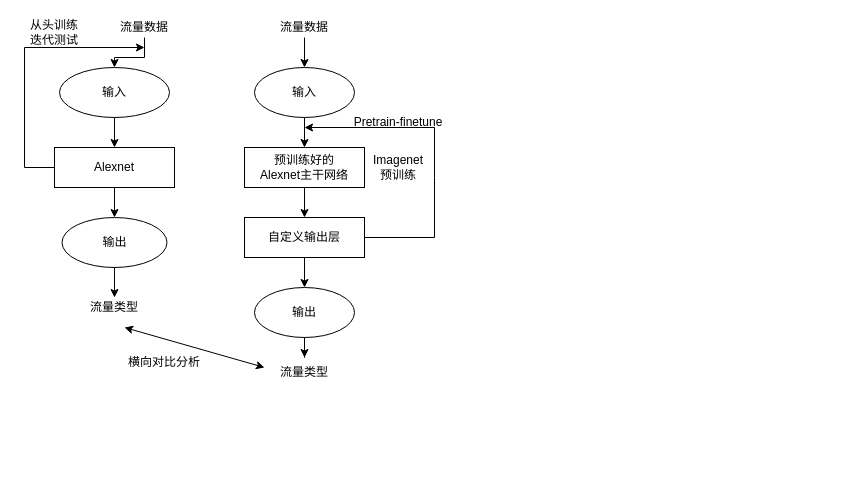
Above: graduate.drawio in cauchy-max/my-room (draw.io), before the change. Source tidied: cells renumbered, new cells numbered last; positions are measured from the earlier drawing's top-left corner, leaving out a move shared by most shapes. Both pictures are drawn from the tidied source at 100%, with x=0, y=0 at pixel (24, 17).
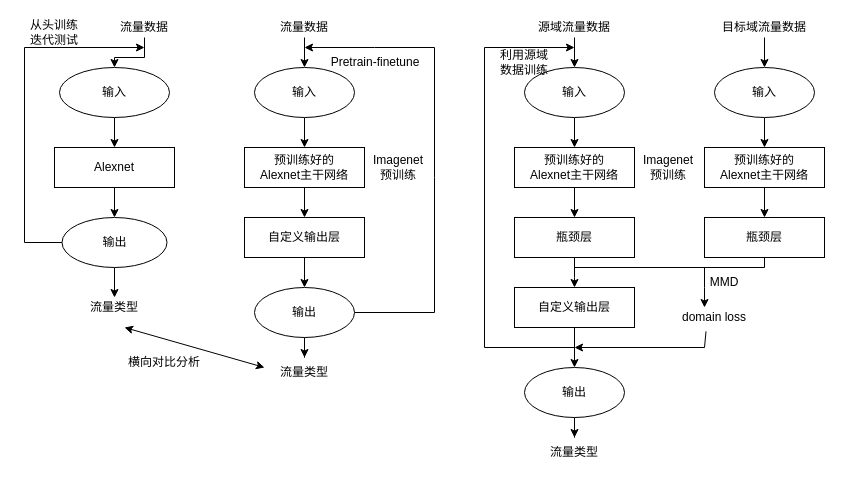
The same page after the edit.

Unchanged cells that the change refers to:
```xml
<mxCell id="7" value="Alexnet" style="whiteSpace=wrap;html=1;" parent="1" vertex="1">
  <mxGeometry x="30" y="130" width="120" height="40" as="geometry" />
</mxCell>
<mxCell id="11" value="输出" style="ellipse;whiteSpace=wrap;html=1;" parent="1" vertex="1">
  <mxGeometry x="37.5" y="200" width="105" height="50" as="geometry" />
</mxCell>
<mxCell id="19" value="自定义输出层" style="whiteSpace=wrap;html=1;" parent="1" vertex="1">
  <mxGeometry x="220" y="200" width="120" height="40" as="geometry" />
</mxCell>
<mxCell id="25" value="输出" style="ellipse;whiteSpace=wrap;html=1;" parent="1" vertex="1">
  <mxGeometry x="230" y="270" width="100" height="50" as="geometry" />
</mxCell>
```

Change to the diagram source:
```diff
@@
-    <mxCell id="8" style="endArrow=classic;html=1;rounded=0;exitX=0;exitY=0.5;exitDx=0;exitDy=0;" parent="1" edge="1" source="7">
+    <mxCell id="8" style="endArrow=classic;html=1;rounded=0;exitX=0;exitY=0.5;exitDx=0;exitDy=0;" parent="1" edge="1" source="11">
       <mxGeometry relative="1" as="geometry">
         <mxPoint x="120" y="30" as="targetPoint" />
         <Array as="points">
-          <mxPoint y="150" />
+          <mxPoint y="225" />
           <mxPoint y="30" />
         </Array>
       </mxGeometry>
     </mxCell>
@@
-    <mxCell id="20" style="endArrow=classic;html=1;rounded=0;exitX=1;exitY=0.5;exitDx=0;exitDy=0;" parent="1" edge="1" source="19">
+    <mxCell id="20" style="endArrow=classic;html=1;rounded=0;exitX=1;exitY=0.5;exitDx=0;exitDy=0;" parent="1" edge="1" source="25">
       <mxGeometry relative="1" as="geometry">
-        <mxPoint x="280" y="110" as="targetPoint" />
+        <mxPoint x="280" y="30" as="targetPoint" />
         <Array as="points">
-          <mxPoint x="410" y="220" />
+          <mxPoint x="410" y="295" />
           <mxPoint x="410" y="160" />
-          <mxPoint x="410" y="110" />
+          <mxPoint x="410" y="30" />
+          <mxPoint x="350" y="30" />
         </Array>
       </mxGeometry>
     </mxCell>
     <mxCell id="21" value="Pretrain-finetune" style="text;html=1;strokeColor=none;fillColor=none;align=center;verticalAlign=middle;whiteSpace=wrap;rounded=0;" parent="1" vertex="1">
-      <mxGeometry x="321" y="90" width="106" height="30" as="geometry" />
+      <mxGeometry x="298" y="30" width="106" height="30" as="geometry" />
     </mxCell>
@@
+    <mxCell id="29" style="edgeStyle=orthogonalEdgeStyle;rounded=0;jettySize=auto;html=1;" parent="1" edge="1" source="30" target="32">
+      <mxGeometry relative="1" as="geometry" />
+    </mxCell>
+    <mxCell id="30" value="输入" style="ellipse;whiteSpace=wrap;html=1;" parent="1" vertex="1">
+      <mxGeometry x="500" y="50" width="100" height="50" as="geometry" />
+    </mxCell>
+    <mxCell id="31" style="edgeStyle=orthogonalEdgeStyle;rounded=0;jettySize=auto;html=1;" parent="1" edge="1" source="32" target="35">
+      <mxGeometry relative="1" as="geometry" />
+    </mxCell>
+    <mxCell id="32" value="预训练好的&lt;br&gt;Alexnet主干网络" style="whiteSpace=wrap;html=1;" parent="1" vertex="1">
+      <mxGeometry x="490" y="130" width="120" height="40" as="geometry" />
+    </mxCell>
+    <mxCell id="33" value="Imagenet&lt;br&gt;预训练" style="text;html=1;strokeColor=none;fillColor=none;align=center;verticalAlign=middle;whiteSpace=wrap;rounded=0;" parent="1" vertex="1">
+      <mxGeometry x="614" y="135" width="60" height="30" as="geometry" />
+    </mxCell>
+    <mxCell id="34" style="edgeStyle=orthogonalEdgeStyle;rounded=0;jettySize=auto;html=1;" parent="1" edge="1" source="35">
+      <mxGeometry relative="1" as="geometry">
+        <mxPoint x="550" y="270" as="targetPoint" />
+      </mxGeometry>
+    </mxCell>
+    <mxCell id="35" value="瓶颈层" style="whiteSpace=wrap;html=1;" parent="1" vertex="1">
+      <mxGeometry x="490" y="200" width="120" height="40" as="geometry" />
+    </mxCell>
+    <mxCell id="36" style="edgeStyle=orthogonalEdgeStyle;rounded=0;jettySize=auto;html=1;" parent="1" edge="1" source="37" target="30">
+      <mxGeometry relative="1" as="geometry" />
+    </mxCell>
+    <mxCell id="37" value="源域流量数据" style="text;html=1;strokeColor=none;fillColor=none;align=center;verticalAlign=middle;whiteSpace=wrap;rounded=0;" parent="1" vertex="1">
+      <mxGeometry x="510" width="80" height="20" as="geometry" />
+    </mxCell>
+    <mxCell id="38" value="自定义输出层" style="rounded=0;whiteSpace=wrap;html=1;" parent="1" vertex="1">
+      <mxGeometry x="490" y="270" width="120" height="40" as="geometry" />
+    </mxCell>
+    <mxCell id="39" style="edgeStyle=orthogonalEdgeStyle;rounded=0;jettySize=auto;html=1;" parent="1" edge="1" source="40" target="41">
+      <mxGeometry relative="1" as="geometry" />
+    </mxCell>
+    <mxCell id="40" value="输出" style="ellipse;whiteSpace=wrap;html=1;" parent="1" vertex="1">
+      <mxGeometry x="500" y="350" width="100" height="50" as="geometry" />
+    </mxCell>
+    <mxCell id="41" value="流量类型" style="text;html=1;strokeColor=none;fillColor=none;align=center;verticalAlign=middle;whiteSpace=wrap;rounded=0;" parent="1" vertex="1">
+      <mxGeometry x="520" y="420" width="60" height="30" as="geometry" />
+    </mxCell>
+    <mxCell id="42" style="endArrow=classic;html=1;rounded=0;exitX=0.5;exitY=1;exitDx=0;exitDy=0;entryX=0.5;entryY=0;entryDx=0;entryDy=0;" parent="1" edge="1" source="38" target="40">
+      <mxGeometry relative="1" as="geometry" />
+    </mxCell>
+    <mxCell id="43" style="edgeStyle=orthogonalEdgeStyle;rounded=0;jettySize=auto;html=1;" parent="1" edge="1" source="44" target="46">
+      <mxGeometry relative="1" as="geometry" />
+    </mxCell>
+    <mxCell id="44" value="输入" style="ellipse;whiteSpace=wrap;html=1;" parent="1" vertex="1">
+      <mxGeometry x="690" y="50" width="100" height="50" as="geometry" />
+    </mxCell>
+    <mxCell id="45" style="edgeStyle=orthogonalEdgeStyle;rounded=0;jettySize=auto;html=1;" parent="1" edge="1" source="46" target="47">
+      <mxGeometry relative="1" as="geometry" />
+    </mxCell>
+    <mxCell id="46" value="预训练好的&lt;br&gt;Alexnet主干网络" style="whiteSpace=wrap;html=1;" parent="1" vertex="1">
+      <mxGeometry x="680" y="130" width="120" height="40" as="geometry" />
+    </mxCell>
+    <mxCell id="47" value="瓶颈层" style="whiteSpace=wrap;html=1;" parent="1" vertex="1">
+      <mxGeometry x="680" y="200" width="120" height="40" as="geometry" />
+    </mxCell>
+    <mxCell id="48" style="edgeStyle=orthogonalEdgeStyle;rounded=0;jettySize=auto;html=1;" parent="1" edge="1" source="49" target="44">
+      <mxGeometry relative="1" as="geometry" />
+    </mxCell>
+    <mxCell id="49" value="目标域流量数据" style="text;html=1;strokeColor=none;fillColor=none;align=center;verticalAlign=middle;whiteSpace=wrap;rounded=0;" parent="1" vertex="1">
+      <mxGeometry x="695" width="90" height="20" as="geometry" />
+    </mxCell>
+    <mxCell id="50" style="endArrow=classic;html=1;rounded=0;" parent="1" edge="1">
+      <mxGeometry relative="1" as="geometry">
+        <mxPoint x="550" y="250" as="sourcePoint" />
+        <mxPoint x="680" y="290" as="targetPoint" />
+        <Array as="points">
+          <mxPoint x="680" y="250" />
+          <mxPoint x="680" y="270" />
+        </Array>
+      </mxGeometry>
+    </mxCell>
+    <mxCell id="51" style="endArrow=none;html=1;rounded=0;entryX=0.5;entryY=1;entryDx=0;entryDy=0;" parent="1" edge="1" target="47">
+      <mxGeometry relative="1" as="geometry">
+        <mxPoint x="650" y="250" as="sourcePoint" />
+        <Array as="points">
+          <mxPoint x="740" y="250" />
+        </Array>
+      </mxGeometry>
+    </mxCell>
+    <mxCell id="52" value="domain loss" style="text;html=1;strokeColor=none;fillColor=none;align=center;verticalAlign=middle;whiteSpace=wrap;rounded=0;" parent="1" vertex="1">
+      <mxGeometry x="640" y="290" width="100" height="20" as="geometry" />
+    </mxCell>
+    <mxCell id="53" value="MMD" style="text;html=1;strokeColor=none;fillColor=none;align=center;verticalAlign=middle;whiteSpace=wrap;rounded=0;" parent="1" vertex="1">
+      <mxGeometry x="670" y="250" width="60" height="30" as="geometry" />
+    </mxCell>
+    <mxCell id="54" style="endArrow=classic;html=1;rounded=0;exitX=0.415;exitY=1.196;exitDx=0;exitDy=0;exitPerimeter=0;" parent="1" edge="1" source="52">
+      <mxGeometry relative="1" as="geometry">
+        <mxPoint x="550" y="330" as="targetPoint" />
+        <Array as="points">
+          <mxPoint x="680" y="330" />
+        </Array>
+      </mxGeometry>
+    </mxCell>
+    <mxCell id="55" style="endArrow=classic;html=1;rounded=0;" parent="1" edge="1">
+      <mxGeometry relative="1" as="geometry">
+        <mxPoint x="550" y="330" as="sourcePoint" />
+        <mxPoint x="550" y="30" as="targetPoint" />
+        <Array as="points">
+          <mxPoint x="460" y="330" />
+          <mxPoint x="460" y="30" />
+        </Array>
+      </mxGeometry>
+    </mxCell>
+    <mxCell id="56" value="利用源域数据训练" style="text;html=1;strokeColor=none;fillColor=none;align=center;verticalAlign=middle;whiteSpace=wrap;rounded=0;" parent="1" vertex="1">
+      <mxGeometry x="470" y="30" width="60" height="30" as="geometry" />
+    </mxCell>
```
